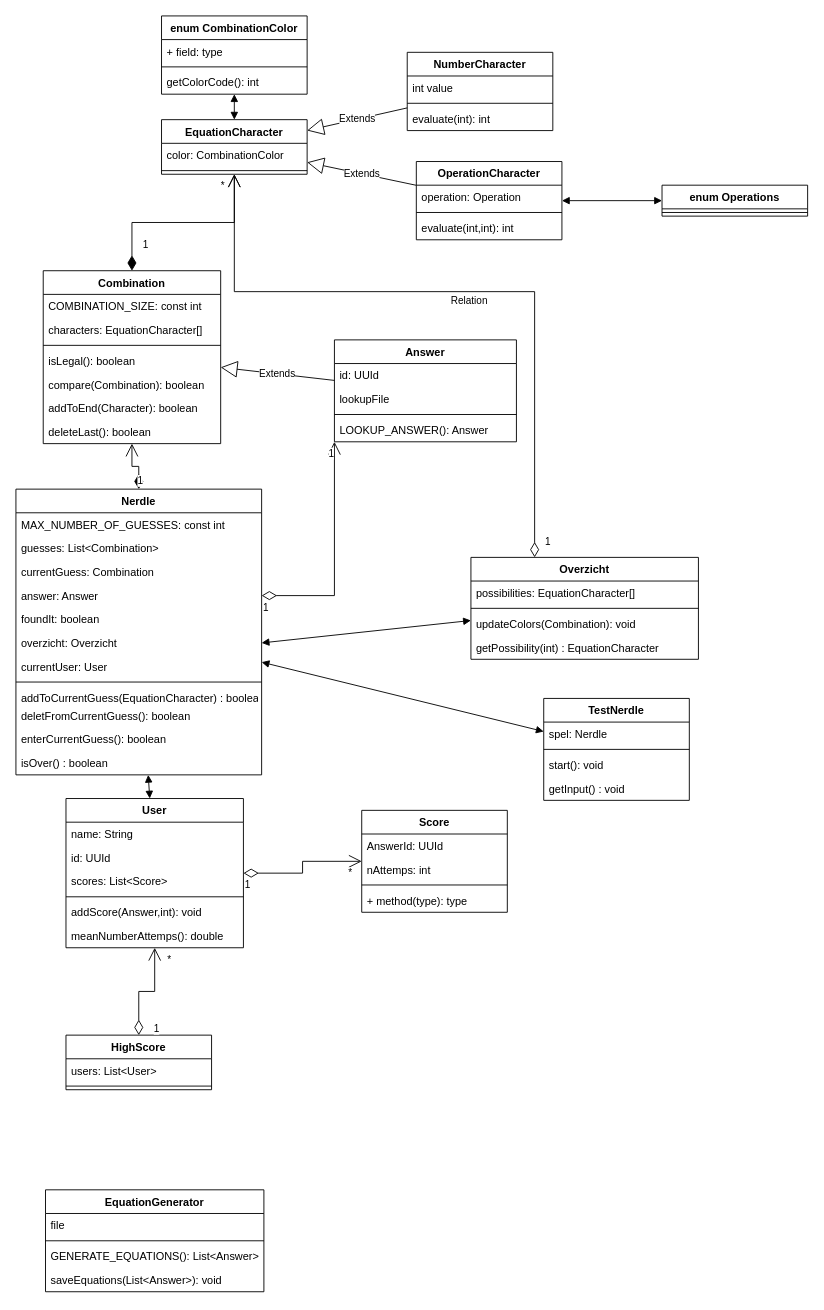
Earlier version of the draw.io diagram KlasseDiagram.drawio (jelseg/Nerdle). Source tidied: cells renumbered, new cells numbered last; positions are measured from the earlier drawing's top-left corner, leaving out a move shared by most shapes. Both pictures are drawn from the tidied source at 91%, with x=0, y=0 at pixel (15, 15).
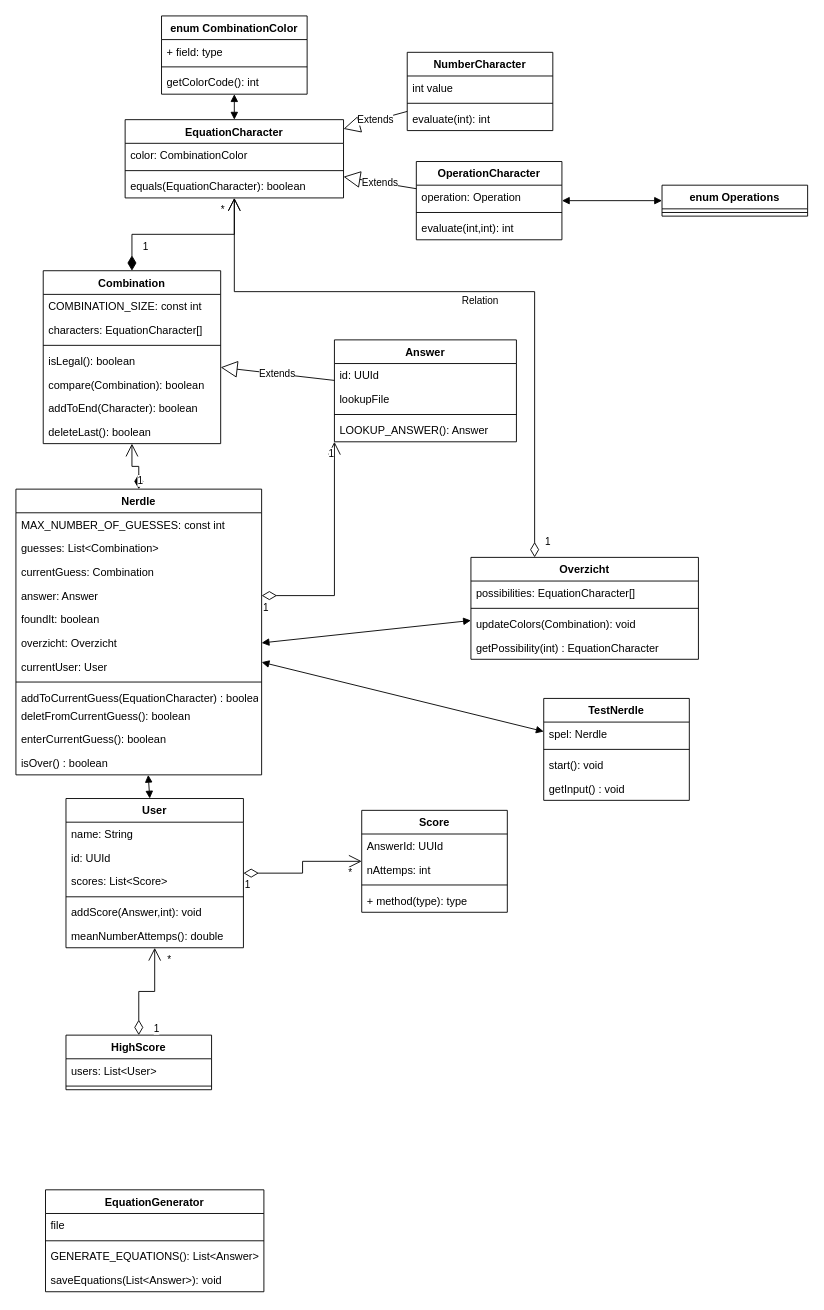
Above is the later version.

Diff of the diagram source:
```diff
@@
     <mxCell id="24" value="EquationCharacter" style="swimlane;fontStyle=1;align=center;verticalAlign=top;horizontal=1;startSize=26;" parent="1" vertex="1">
-      <mxGeometry x="160" y="114" width="160" height="60" as="geometry" />
+      <mxGeometry x="120" y="114" width="240" height="86" as="geometry" />
     </mxCell>
     <mxCell id="25" value="color: CombinationColor" style="text;strokeColor=none;fillColor=none;align=left;verticalAlign=top;spacingLeft=4;spacingRight=4;overflow=hidden;" parent="24" vertex="1">
-      <mxGeometry y="26" width="160" height="26" as="geometry" />
+      <mxGeometry y="26" width="240" height="26" as="geometry" />
     </mxCell>
     <mxCell id="26" style="line;strokeWidth=1;fillColor=none;align=left;verticalAlign=middle;spacingTop=-1;spacingLeft=3;spacingRight=3;labelPosition=right;strokeColor=inherit;" parent="24" vertex="1">
-      <mxGeometry y="52" width="160" height="8" as="geometry" />
+      <mxGeometry y="52" width="240" height="8" as="geometry" />
     </mxCell>
+    <mxCell id="97" value="equals(EquationCharacter): boolean" style="text;strokeColor=none;fillColor=none;align=left;verticalAlign=top;spacingLeft=4;spacingRight=4;overflow=hidden;" parent="24" vertex="1">
+      <mxGeometry y="60" width="240" height="26" as="geometry" />
+    </mxCell>
```
